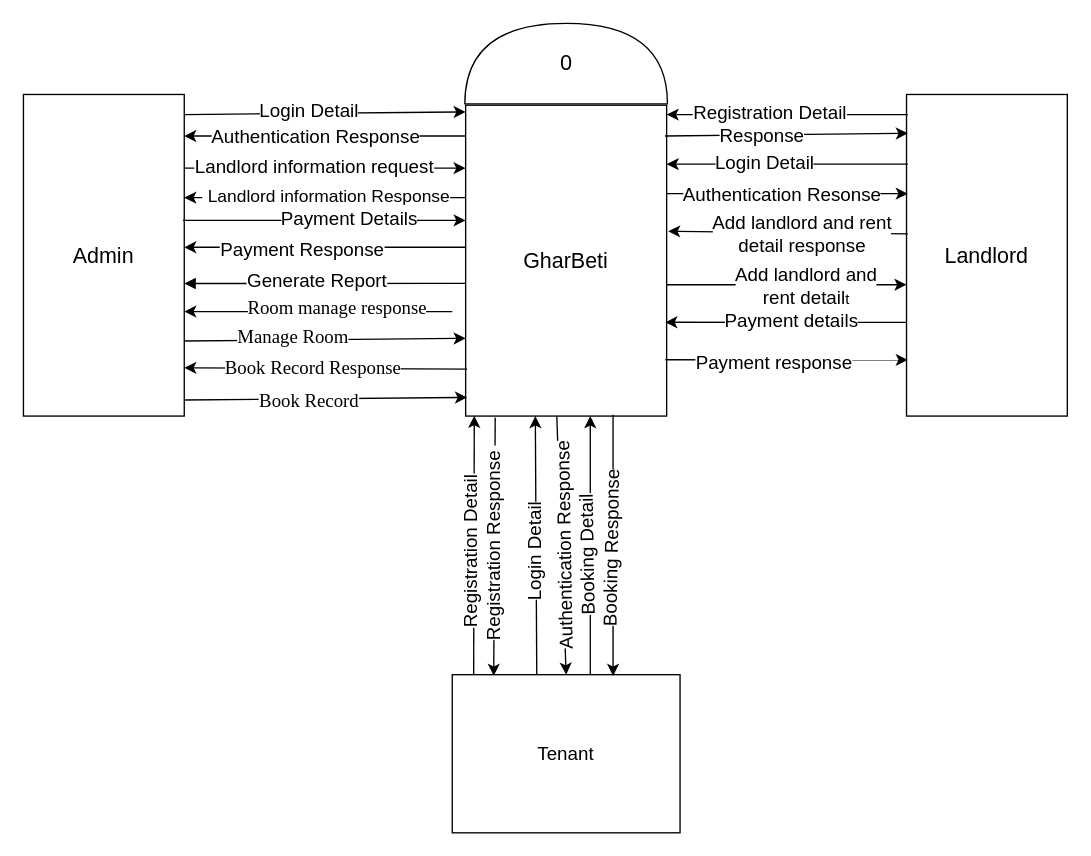
Above: page "Context Diagram" (2 of 7) of GharBeti(Diagrams).drawio in Sbdpratik/gharbeti (draw.io), before the change. Source tidied: cells renumbered, new cells numbered last; positions are measured from the earlier drawing's top-left corner, leaving out a move shared by most shapes. Both pictures are drawn from the tidied source at 134%, with x=0, y=0 at pixel (23, -39).
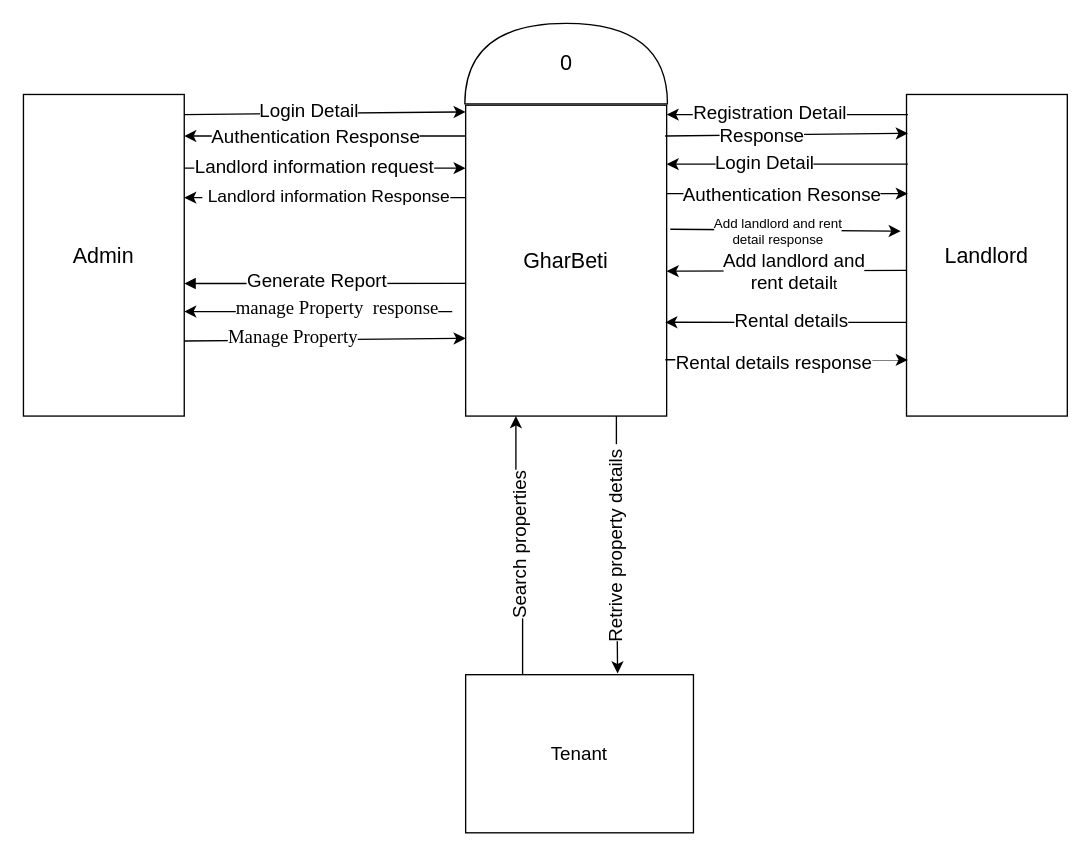
After the change.

The change refers to these unchanged cells:
```xml
<mxCell id="2" value="&lt;font size=&quot;3&quot;&gt;GharBeti&lt;/font&gt;" style="rounded=0;whiteSpace=wrap;html=1;" parent="1" vertex="1">
  <mxGeometry x="330" y="107" width="150" height="232" as="geometry" />
</mxCell>
<mxCell id="4" value="&lt;font size=&quot;3&quot;&gt;Admin&lt;/font&gt;" style="rounded=0;whiteSpace=wrap;html=1;" parent="1" vertex="1">
  <mxGeometry y="99" width="120" height="240" as="geometry" />
</mxCell>
<mxCell id="19" value="&lt;font size=&quot;3&quot;&gt;Landlord&lt;/font&gt;" style="rounded=0;whiteSpace=wrap;html=1;fontSize=12;" parent="1" vertex="1">
  <mxGeometry x="659" y="99" width="120" height="240" as="geometry" />
</mxCell>
<mxCell id="32" style="endArrow=classic;html=1;fontSize=12;entryX=0.992;entryY=0.909;entryDx=0;entryDy=0;entryPerimeter=0;" parent="1" edge="1">
  <mxGeometry relative="1" as="geometry">
    <mxPoint x="659" y="269.1" as="sourcePoint" />
    <mxPoint x="479" y="269" as="targetPoint" />
  </mxGeometry>
</mxCell>
<mxCell id="40" style="endArrow=classic;html=1;fontSize=12;entryX=0.008;entryY=0.942;entryDx=0;entryDy=0;entryPerimeter=0;" parent="1" edge="1">
  <mxGeometry relative="1" as="geometry">
    <mxPoint x="479" y="297" as="sourcePoint" />
    <mxPoint x="660" y="297.1" as="targetPoint" />
  </mxGeometry>
</mxCell>
<mxCell id="54" style="endArrow=classic;html=1;entryX=0;entryY=0.75;entryDx=0;entryDy=0;" parent="1" edge="1" target="2">
  <mxGeometry relative="1" as="geometry">
    <mxPoint x="120" y="283" as="sourcePoint" />
  </mxGeometry>
</mxCell>
```

Change to the diagram source:
```diff
@@
+    <mxCell id="34" value="Retrive property details&amp;nbsp;" style="edgeStyle=orthogonalEdgeStyle;rounded=0;jettySize=auto;html=1;exitX=0.75;exitY=1;exitDx=0;exitDy=0;entryX=0.667;entryY=-0.008;entryDx=0;entryDy=0;entryPerimeter=0;fontSize=14;horizontal=0;" parent="1" edge="1" source="2" target="42">
+      <mxGeometry relative="1" as="geometry" />
+    </mxCell>
@@
-    <mxCell id="9" style="endArrow=classic;html=1;fontSize=12;entryX=0.25;entryY=1;entryDx=0;entryDy=0;exitX=0.371;exitY=0.008;exitDx=0;exitDy=0;exitPerimeter=0;" parent="1" edge="1" source="42">
-      <mxGeometry relative="1" as="geometry">
-        <mxPoint x="382" y="339" as="targetPoint" />
-      </mxGeometry>
-    </mxCell>
-    <mxCell id="10" value="&lt;font style=&quot;font-size: 14px&quot;&gt;Login Detail&lt;/font&gt;" style="edgeLabel;html=1;align=center;verticalAlign=middle;rotation=-90;" parent="9" vertex="1">
-      <mxGeometry x="-0.14" y="1" relative="1" as="geometry">
-        <mxPoint y="-9" as="offset" />
-      </mxGeometry>
-    </mxCell>
@@
-    <mxCell id="13" style="endArrow=classic;html=1;fontSize=12;exitX=0.992;exitY=0.404;exitDx=0;exitDy=0;exitPerimeter=0;" parent="1" edge="1">
-      <mxGeometry relative="1" as="geometry">
-        <mxPoint x="119" y="193" as="sourcePoint" />
-        <mxPoint x="330" y="193" as="targetPoint" />
-      </mxGeometry>
-    </mxCell>
-    <mxCell id="14" value="&lt;font style=&quot;font-size: 14px&quot;&gt;Payment Details&lt;/font&gt;" style="edgeLabel;html=1;align=center;verticalAlign=middle;fontSize=12;" parent="13" vertex="1">
-      <mxGeometry x="0.17" y="3" relative="1" as="geometry">
-        <mxPoint y="1" as="offset" />
-      </mxGeometry>
-    </mxCell>
@@
-    <mxCell id="20" style="endArrow=classic;html=1;fontSize=12;entryX=-0.008;entryY=0.421;entryDx=0;entryDy=0;entryPerimeter=0;" parent="1" edge="1">
-      <mxGeometry relative="1" as="geometry">
-        <mxPoint x="480" y="241" as="sourcePoint" />
-        <mxPoint x="659" y="241" as="targetPoint" />
-      </mxGeometry>
+    <mxCell id="20" style="endArrow=classic;html=1;fontSize=12;entryX=1;entryY=0.534;entryDx=0;entryDy=0;exitX=-0.003;exitY=0.547;exitDx=0;exitDy=0;exitPerimeter=0;entryPerimeter=0;" parent="1" edge="1" source="19" target="2">
+      <mxGeometry relative="1" as="geometry" />
     </mxCell>
     <mxCell id="21" value="&lt;span style=&quot;font-size: 14px&quot;&gt;Add landlord and &lt;br&gt;rent detail&lt;/span&gt;t" style="edgeLabel;html=1;align=center;verticalAlign=middle;" parent="20" vertex="1">
       <mxGeometry x="0.24" relative="1" as="geometry">
-        <mxPoint x="-8" as="offset" />
+        <mxPoint x="27" as="offset" />
       </mxGeometry>
     </mxCell>
-    <mxCell id="22" style="endArrow=classic;html=1;fontSize=12;entryX=1.007;entryY=0.384;entryDx=0;entryDy=0;entryPerimeter=0;" parent="1" edge="1">
-      <mxGeometry relative="1" as="geometry">
-        <mxPoint x="660" y="203" as="sourcePoint" />
-        <mxPoint x="481.1" y="201.1" as="targetPoint" />
-      </mxGeometry>
+    <mxCell id="22" style="endArrow=classic;html=1;fontSize=12;entryX=-0.036;entryY=0.425;entryDx=0;entryDy=0;exitX=1.018;exitY=0.399;exitDx=0;exitDy=0;exitPerimeter=0;entryPerimeter=0;" parent="1" edge="1" source="2" target="19">
+      <mxGeometry relative="1" as="geometry" />
     </mxCell>
-    <mxCell id="23" value="&lt;span style=&quot;font-size: 14px&quot;&gt;Add landlord and rent &lt;br&gt;detail response&lt;/span&gt;" style="edgeLabel;html=1;align=center;verticalAlign=middle;" parent="22" vertex="1">
-      <mxGeometry x="0.16" y="1" relative="1" as="geometry">
-        <mxPoint x="25" as="offset" />
+    <mxCell id="23" value="&lt;span style=&quot;font-size: 10px;&quot;&gt;Add landlord and rent &lt;br style=&quot;font-size: 10px;&quot;&gt;detail response&lt;/span&gt;" style="edgeLabel;html=1;align=center;verticalAlign=middle;fontSize=10;" parent="22" vertex="1">
+      <mxGeometry relative="1" as="geometry">
+        <mxPoint x="-6" as="offset" />
       </mxGeometry>
     </mxCell>
@@
-    <mxCell id="33" value="&lt;font style=&quot;font-size: 14px&quot;&gt;Payment details&lt;/font&gt;" style="edgeLabel;html=1;align=center;verticalAlign=middle;" parent="32" vertex="1">
+    <mxCell id="33" value="&lt;font style=&quot;font-size: 14px&quot;&gt;Rental details&lt;/font&gt;" style="edgeLabel;html=1;align=center;verticalAlign=middle;" parent="32" vertex="1">
       <mxGeometry x="0.13" y="1" relative="1" as="geometry">
         <mxPoint x="16" y="-3" as="offset" />
       </mxGeometry>
     </mxCell>
-    <mxCell id="34" style="endArrow=classic;html=1;fontSize=12;entryX=0.182;entryY=0.007;entryDx=0;entryDy=0;entryPerimeter=0;exitX=0.147;exitY=1.005;exitDx=0;exitDy=0;exitPerimeter=0;" parent="1" edge="1" source="2" target="42">
-      <mxGeometry relative="1" as="geometry" />
-    </mxCell>
-    <mxCell id="35" value="&lt;font style=&quot;font-size: 14px&quot;&gt;Registration Response&amp;nbsp;&lt;/font&gt;" style="edgeLabel;html=1;align=center;verticalAlign=middle;rotation=-90;fontSize=12;" parent="34" vertex="1">
-      <mxGeometry x="0.26" y="1" relative="1" as="geometry">
-        <mxPoint x="-2" y="-26" as="offset" />
-      </mxGeometry>
-    </mxCell>
-    <mxCell id="36" style="endArrow=classic;html=1;fontSize=12;entryX=0.043;entryY=0.999;entryDx=0;entryDy=0;exitX=0.094;exitY=0.011;exitDx=0;exitDy=0;exitPerimeter=0;entryPerimeter=0;" parent="1" edge="1" source="42" target="2">
-      <mxGeometry relative="1" as="geometry" />
-    </mxCell>
-    <mxCell id="37" value="&lt;font style=&quot;font-size: 14px&quot;&gt;Registration Detail&lt;/font&gt;" style="edgeLabel;html=1;align=center;verticalAlign=middle;rotation=-90;fontSize=11;" parent="36" vertex="1">
-      <mxGeometry x="-0.23" relative="1" as="geometry">
-        <mxPoint x="-3" y="-17" as="offset" />
-      </mxGeometry>
-    </mxCell>
-    <mxCell id="38" style="endArrow=classic;html=1;fontSize=12;entryX=0.5;entryY=0;entryDx=0;entryDy=0;" parent="1" edge="1" target="42">
-      <mxGeometry relative="1" as="geometry">
-        <mxPoint x="398" y="339" as="sourcePoint" />
-      </mxGeometry>
-    </mxCell>
-    <mxCell id="39" value="&lt;font style=&quot;font-size: 14px&quot;&gt;Authentication Response&lt;/font&gt;" style="edgeLabel;html=1;align=center;verticalAlign=middle;rotation=-91;fontSize=11;" parent="38" vertex="1">
-      <mxGeometry x="0.42" y="-1" relative="1" as="geometry">
-        <mxPoint x="2" y="-40" as="offset" />
-      </mxGeometry>
-    </mxCell>
@@
-    <mxCell id="41" value="&lt;font style=&quot;font-size: 14px&quot;&gt;Payment response&lt;/font&gt;" style="edgeLabel;html=1;align=center;verticalAlign=middle;" parent="40" vertex="1">
+    <mxCell id="41" value="&lt;font style=&quot;font-size: 14px&quot;&gt;Rental details response&lt;/font&gt;" style="edgeLabel;html=1;align=center;verticalAlign=middle;" parent="40" vertex="1">
       <mxGeometry x="-0.11" y="-1" relative="1" as="geometry" />
     </mxCell>
+    <mxCell id="36" value="Search properties" style="edgeStyle=orthogonalEdgeStyle;rounded=0;jettySize=auto;html=1;exitX=0.25;exitY=0;exitDx=0;exitDy=0;entryX=0.25;entryY=1;entryDx=0;entryDy=0;horizontal=0;fontSize=14;" parent="1" edge="1" source="42" target="2">
+      <mxGeometry relative="1" as="geometry" />
+    </mxCell>
     <mxCell id="42" value="&lt;font style=&quot;font-size: 14px&quot;&gt;Tenant&lt;/font&gt;" style="rounded=0;whiteSpace=wrap;html=1;" parent="1" vertex="1">
-      <mxGeometry x="320" y="532" width="170" height="118" as="geometry" />
+      <mxGeometry x="330" y="532" width="170" height="118" as="geometry" />
     </mxCell>
-    <mxCell id="43" style="endArrow=classic;html=1;fontSize=12;entryX=0.706;entryY=0.008;entryDx=0;entryDy=0;entryPerimeter=0;" parent="1" edge="1" target="42">
-      <mxGeometry relative="1" as="geometry">
-        <mxPoint x="440" y="338" as="sourcePoint" />
-      </mxGeometry>
-    </mxCell>
-    <mxCell id="44" value="&lt;font style=&quot;font-size: 14px&quot;&gt;Booking Response&lt;/font&gt;" style="edgeLabel;html=1;align=center;verticalAlign=middle;rotation=-89;fontSize=11;" parent="43" vertex="1">
-      <mxGeometry x="0.14" relative="1" as="geometry">
-        <mxPoint x="-2" y="-10" as="offset" />
-      </mxGeometry>
-    </mxCell>
-    <mxCell id="45" style="endArrow=classic;html=1;fontSize=12;exitX=0.606;exitY=0;exitDx=0;exitDy=0;exitPerimeter=0;" parent="1" edge="1" source="42">
-      <mxGeometry relative="1" as="geometry">
-        <mxPoint x="423" y="339" as="targetPoint" />
-      </mxGeometry>
-    </mxCell>
-    <mxCell id="46" value="&lt;span style=&quot;font-size: 14px&quot;&gt;Booking Detail&lt;br&gt;&lt;/span&gt;" style="edgeLabel;html=1;align=center;verticalAlign=middle;rotation=-91;" parent="45" vertex="1">
-      <mxGeometry x="-0.16" relative="1" as="geometry">
-        <mxPoint x="-2" y="-7" as="offset" />
-      </mxGeometry>
-    </mxCell>
-    <mxCell id="47" style="endArrow=classic;html=1;fontSize=14;entryX=1;entryY=0.5;entryDx=0;entryDy=0;" parent="1" edge="1">
-      <mxGeometry relative="1" as="geometry">
-        <mxPoint x="330" y="213" as="sourcePoint" />
-        <mxPoint x="120" y="213" as="targetPoint" />
-      </mxGeometry>
-    </mxCell>
-    <mxCell id="48" value="Payment Response" style="edgeLabel;html=1;align=center;verticalAlign=middle;fontSize=14;" parent="47" vertex="1">
-      <mxGeometry x="0.17" y="1" relative="1" as="geometry" />
-    </mxCell>
@@
-    <mxCell id="50" style="endArrow=classic;html=1;entryX=0.007;entryY=0.94;entryDx=0;entryDy=0;entryPerimeter=0;" parent="1" edge="1" target="2">
-      <mxGeometry relative="1" as="geometry">
-        <mxPoint x="120" y="327" as="sourcePoint" />
-      </mxGeometry>
-    </mxCell>
-    <mxCell id="51" value="&lt;font style=&quot;font-size: 14px&quot; face=&quot;Times New Roman&quot;&gt;Book Record&lt;/font&gt;" style="edgeLabel;html=1;align=center;verticalAlign=middle;" parent="50" vertex="1">
-      <mxGeometry x="-0.13" y="-2" relative="1" as="geometry" />
-    </mxCell>
-    <mxCell id="52" style="endArrow=classic;html=1;exitX=0.007;exitY=0.849;exitDx=0;exitDy=0;exitPerimeter=0;entryX=1;entryY=0.85;entryDx=0;entryDy=0;entryPerimeter=0;" parent="1" edge="1" source="2" target="4">
-      <mxGeometry relative="1" as="geometry" />
-    </mxCell>
-    <mxCell id="53" value="&lt;font face=&quot;Times New Roman&quot; style=&quot;font-size: 14px&quot;&gt;Book Record Response&lt;/font&gt;" style="edgeLabel;html=1;align=center;verticalAlign=middle;" parent="52" vertex="1">
-      <mxGeometry x="0.22" relative="1" as="geometry">
-        <mxPoint x="13" as="offset" />
-      </mxGeometry>
-    </mxCell>
@@
-    <mxCell id="55" value="&lt;font style=&quot;font-size: 14px&quot; face=&quot;Times New Roman&quot;&gt;Room manage response&lt;/font&gt;" style="edgeLabel;html=1;align=center;verticalAlign=middle;" parent="54" vertex="1">
+    <mxCell id="55" value="&lt;span style=&quot;font-family: &amp;quot;Times New Roman&amp;quot;; font-size: 14px;&quot;&gt;manage&amp;nbsp;&lt;/span&gt;&lt;font style=&quot;font-size: 14px&quot; face=&quot;Times New Roman&quot;&gt;Property&amp;nbsp; response&lt;/font&gt;" style="edgeLabel;html=1;align=center;verticalAlign=middle;" parent="54" vertex="1">
       <mxGeometry x="0.16" y="-2" relative="1" as="geometry">
         <mxPoint x="-9" y="-25" as="offset" />
       </mxGeometry>
     </mxCell>
-    <mxCell id="56" value="&lt;font style=&quot;font-size: 14px&quot; face=&quot;Times New Roman&quot;&gt;Manage Room&lt;/font&gt;" style="edgeLabel;html=1;align=center;verticalAlign=middle;" parent="54" vertex="1">
+    <mxCell id="56" value="&lt;font style=&quot;font-size: 14px&quot; face=&quot;Times New Roman&quot;&gt;Manage Property&lt;/font&gt;" style="edgeLabel;html=1;align=center;verticalAlign=middle;" parent="54" vertex="1">
       <mxGeometry x="-0.23" y="2" relative="1" as="geometry" />
     </mxCell>
```
